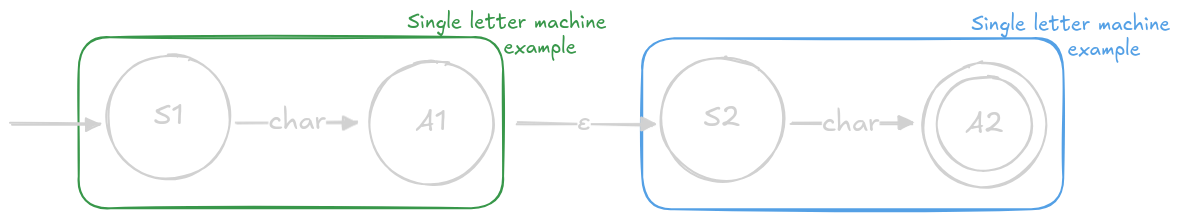
This is regex/docs/regex_concatenate.png from Obito-git/ft_lex, a Excalidraw export, as it was before one commit. Source tidied: one line per element, renumbered; positions are measured from the earlier drawing's top-left corner, leaving out a move shared by most shapes.
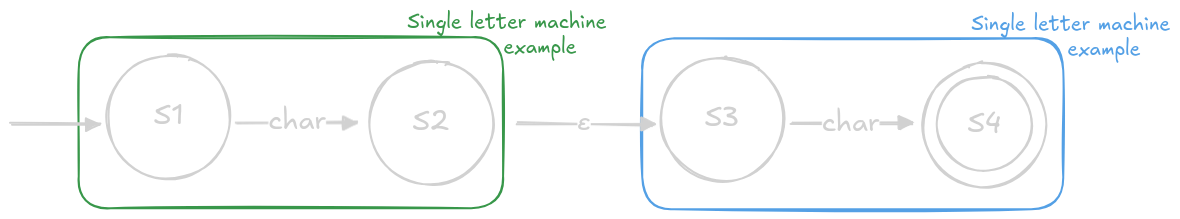
After the commit.

What changed in the source:
```diff
@@ -1,13 +1,13 @@
 {"id": 0, "type": "ellipse", "strokeColor": "#1e1e1e", "strokeWidth": 2, "roughness": 1, "round": true, "x": 927, "y": 66, "width": 94, "height": 95}
 {"id": 1, "type": "ellipse", "strokeColor": "#1e1e1e", "strokeWidth": 2, "roughness": 1, "round": true, "x": 913, "y": 53, "width": 123, "height": 124}
-{"id": 2, "type": "text", "text": "A2", "strokeColor": "#1e1e1e", "strokeWidth": 2, "roughness": 1, "fontSize": 28, "fontFamily": 5, "textAlign": "center", "verticalAlign": "middle", "inside": 1, "x": 955, "y": 98, "width": 39, "height": 35}
+{"id": 2, "type": "text", "text": "S4", "strokeColor": "#1e1e1e", "strokeWidth": 2, "roughness": 1, "fontSize": 28, "fontFamily": 5, "textAlign": "center", "verticalAlign": "middle", "inside": 1, "x": 957, "y": 98, "width": 34, "height": 35}
 {"id": 3, "type": "ellipse", "strokeColor": "#1e1e1e", "strokeWidth": 2, "roughness": 1, "round": true, "x": 650, "y": 47, "width": 123, "height": 124}
-{"id": 4, "type": "text", "text": "S2", "strokeColor": "#1e1e1e", "strokeWidth": 2, "roughness": 1, "fontSize": 28, "fontFamily": 5, "textAlign": "center", "verticalAlign": "middle", "inside": 3, "x": 693, "y": 92, "width": 37, "height": 35}
+{"id": 4, "type": "text", "text": "S3", "strokeColor": "#1e1e1e", "strokeWidth": 2, "roughness": 1, "fontSize": 28, "fontFamily": 5, "textAlign": "center", "verticalAlign": "middle", "inside": 3, "x": 695, "y": 92, "width": 34, "height": 35}
 {"id": 5, "type": "arrow", "strokeColor": "#1e1e1e", "strokeWidth": 2, "roughness": 1, "endArrowhead": "triangle", "round": true, "from": 3, "to": 1, "x": 780, "y": 114, "width": 121, "height": 1, "points": [[0, 0], [121, -1]]}
 {"id": 6, "type": "text", "text": "char", "strokeColor": "#1e1e1e", "strokeWidth": 2, "roughness": 1, "fontSize": 28, "fontFamily": 5, "textAlign": "center", "verticalAlign": "middle", "inside": 5, "x": 807, "y": 94, "width": 58, "height": 35}
 {"id": 7, "type": "rectangle", "strokeColor": "#1971c2", "strokeWidth": 2, "roughness": 1, "round": true, "x": 632, "y": 28, "width": 421, "height": 171}
 {"id": 8, "type": "ellipse", "strokeColor": "#1e1e1e", "strokeWidth": 2, "roughness": 1, "round": true, "x": 359, "y": 51, "width": 123, "height": 124}
-{"id": 9, "type": "text", "text": "A1", "strokeColor": "#1e1e1e", "strokeWidth": 2, "roughness": 1, "fontSize": 28, "fontFamily": 5, "textAlign": "center", "verticalAlign": "middle", "inside": 8, "x": 405, "y": 96, "width": 31, "height": 35}
+{"id": 9, "type": "text", "text": "S2", "strokeColor": "#1e1e1e", "strokeWidth": 2, "roughness": 1, "fontSize": 28, "fontFamily": 5, "textAlign": "center", "verticalAlign": "middle", "inside": 8, "x": 402, "y": 96, "width": 37, "height": 35}
 {"id": 10, "type": "ellipse", "strokeColor": "#1e1e1e", "strokeWidth": 2, "roughness": 1, "round": true, "x": 97, "y": 45, "width": 123, "height": 124}
 {"id": 11, "type": "text", "text": "S1", "strokeColor": "#1e1e1e", "strokeWidth": 2, "roughness": 1, "fontSize": 28, "fontFamily": 5, "textAlign": "center", "verticalAlign": "middle", "inside": 10, "x": 144, "y": 90, "width": 29, "height": 35}
 {"id": 12, "type": "arrow", "strokeColor": "#1e1e1e", "strokeWidth": 2, "roughness": 1, "endArrowhead": "triangle", "round": true, "from": 10, "to": 8, "x": 226, "y": 112, "width": 121, "height": 1, "points": [[0, 0], [121, -1]]}
```
